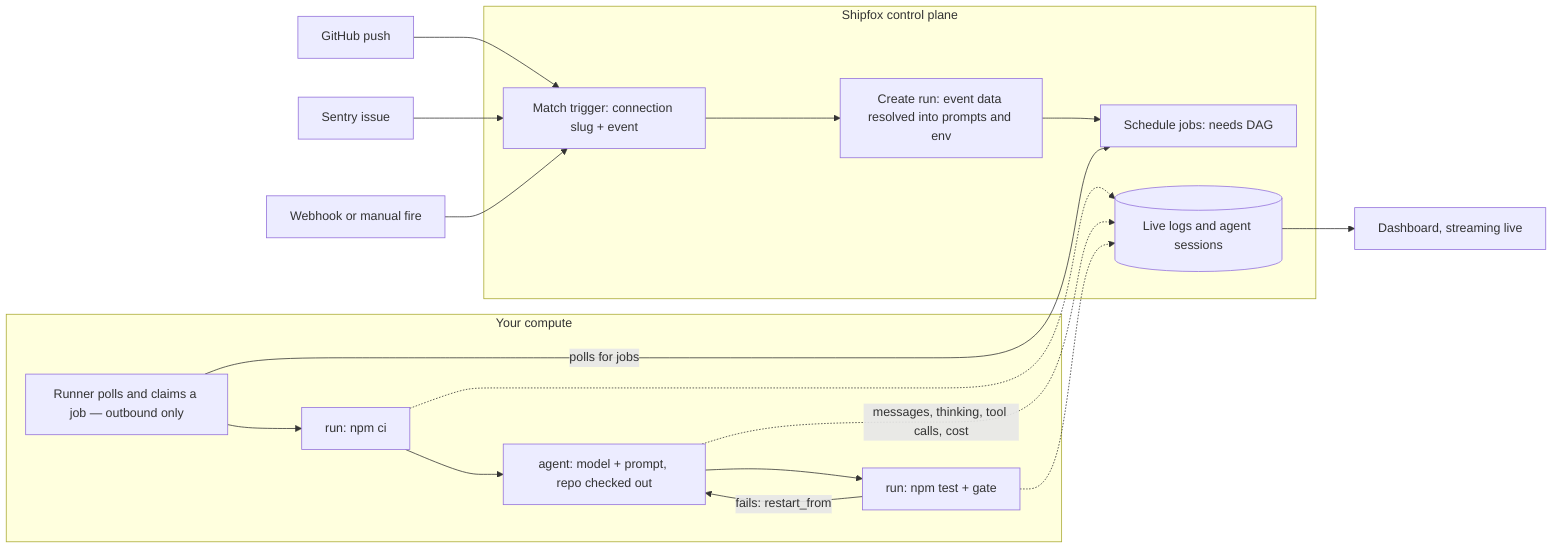
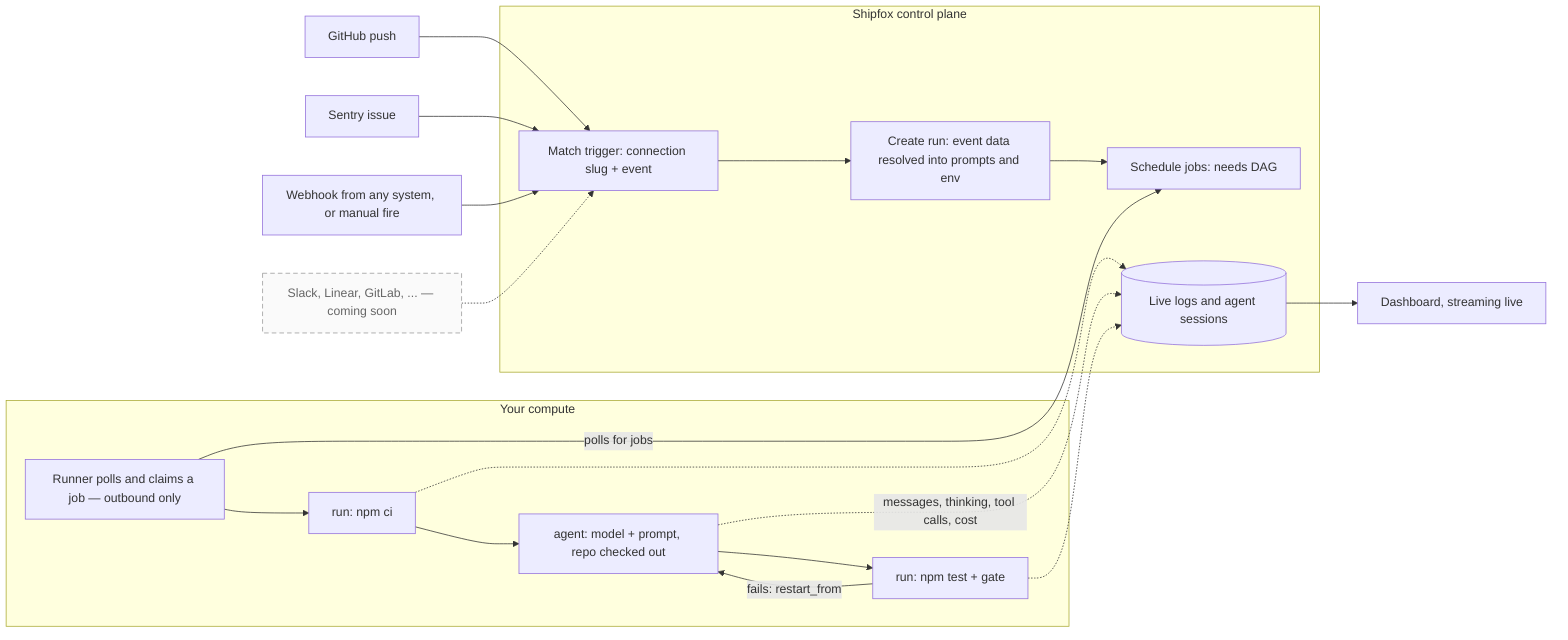
flowchart LR
  GH["GitHub push"] --> MATCH
  SEN["Sentry issue"] --> MATCH
-   WH["Webhook or manual fire"] --> MATCH
+   WH["Webhook from any system, or manual fire"] --> MATCH
+   SOON["Slack, Linear, GitLab, ... — coming soon"] -.-> MATCH
  subgraph CP["Shipfox control plane"]
    MATCH["Match trigger: connection slug + event"] --> RUN["Create run: event data resolved into prompts and env"]
    RUN --> DAG["Schedule jobs: needs DAG"]
    LOGS[("Live logs and agent sessions")]
  end
  subgraph RB["Your compute"]
    CLAIM["Runner polls and claims a job — outbound only"]
    CLAIM --> S1["run: npm ci"]
    S1 --> AG["agent: model + prompt, repo checked out"]
    AG --> GATE["run: npm test + gate"]
    GATE -- "fails: restart_from" --> AG
  end
  CLAIM -->|"polls for jobs"| DAG
  S1 -.-> LOGS
  AG -. "messages, thinking, tool calls, cost" .-> LOGS
  GATE -.-> LOGS
  LOGS --> DB["Dashboard, streaming live"]
+   classDef soon fill:#fafafa,stroke:#999999,stroke-dasharray:6 4,color:#666666
+   class SOON soon
